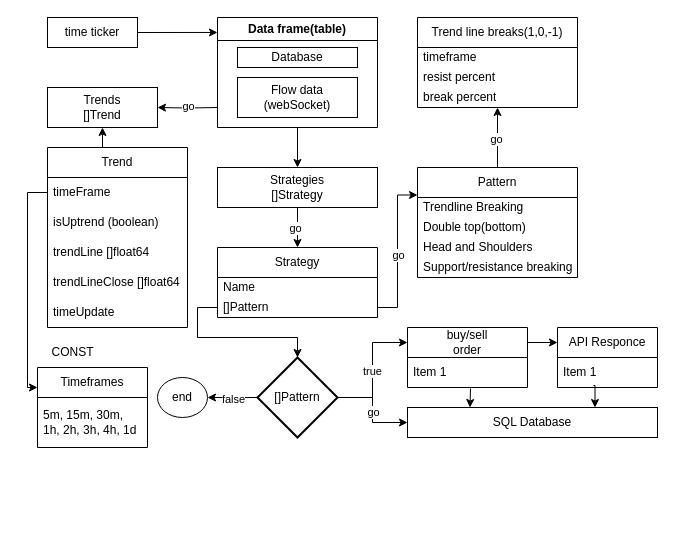
Above: page "main" (1 of 2) of docs/algoTrade.drawio in Hardmun/trading (draw.io), before the change. Source tidied: cells renumbered, new cells numbered last; positions are measured from the earlier drawing's top-left corner, leaving out a move shared by most shapes. Both pictures are drawn from the tidied source at 100%, with x=0, y=0 at pixel (27, 17).
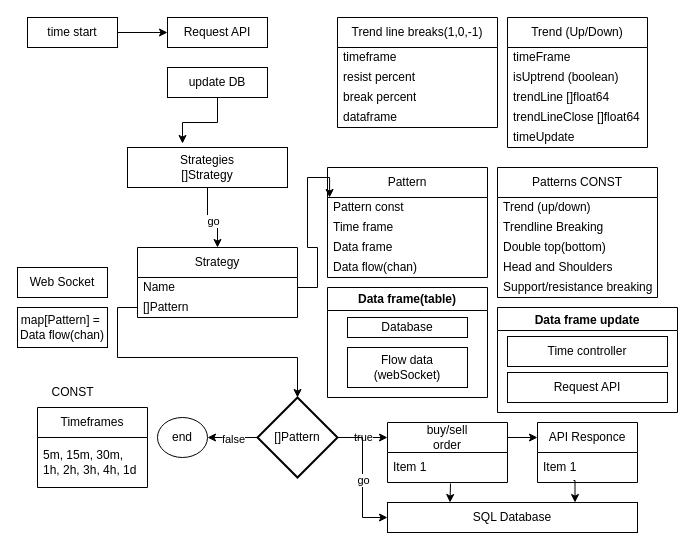
After the change.

The change refers to these unchanged cells:
```xml
<mxCell id="33" value="Name" style="text;strokeColor=none;fillColor=none;align=left;verticalAlign=middle;spacingLeft=4;spacingRight=4;overflow=hidden;points=[[0,0.5],[1,0.5]];portConstraint=eastwest;whiteSpace=wrap;html=1;" parent="32" vertex="1">
  <mxGeometry y="30" width="160" height="20" as="geometry" />
</mxCell>
<mxCell id="34" value="[]Pattern" style="text;strokeColor=none;fillColor=none;align=left;verticalAlign=middle;spacingLeft=4;spacingRight=4;overflow=hidden;points=[[0,0.5],[1,0.5]];portConstraint=eastwest;whiteSpace=wrap;html=1;" parent="32" vertex="1">
  <mxGeometry y="50" width="160" height="20" as="geometry" />
</mxCell>
```

The edit, as a diff of the source:
```diff
@@
     <mxCell id="2" value="Timeframes" style="swimlane;fontStyle=0;horizontal=1;startSize=30;whiteSpace=wrap;html=1;swimlaneLine=1;rounded=0;shadow=0;glass=0;" parent="1" vertex="1">
-      <mxGeometry x="10" y="350" width="110" height="80" as="geometry" />
+      <mxGeometry x="10" y="390" width="110" height="80" as="geometry" />
     </mxCell>
@@
-    <mxCell id="4" style="edgeStyle=orthogonalEdgeStyle;rounded=0;jettySize=auto;html=1;exitX=0.5;exitY=1;exitDx=0;exitDy=0;entryX=0.5;entryY=0;entryDx=0;entryDy=0;" parent="1" edge="1" source="5" target="27">
-      <mxGeometry relative="1" as="geometry" />
-    </mxCell>
     <mxCell id="5" value="Data frame(table)" style="swimlane;whiteSpace=wrap;html=1;" parent="1" vertex="1">
-      <mxGeometry x="190" width="160" height="110" as="geometry" />
+      <mxGeometry x="300" y="270" width="160" height="110" as="geometry" />
     </mxCell>
@@
-    <mxCell id="8" style="edgeStyle=orthogonalEdgeStyle;rounded=0;jettySize=auto;html=1;exitX=0.5;exitY=0;exitDx=0;exitDy=0;entryX=0.5;entryY=1;entryDx=0;entryDy=0;" parent="1" edge="1" source="9" target="31">
-      <mxGeometry relative="1" as="geometry" />
-    </mxCell>
-    <mxCell id="9" value="Trend" style="swimlane;fontStyle=0;horizontal=1;startSize=30;whiteSpace=wrap;html=1;" parent="1" vertex="1">
-      <mxGeometry x="20" y="130" width="140" height="180" as="geometry" />
+    <mxCell id="9" value="Trend (Up/Down)" style="swimlane;fontStyle=0;horizontal=1;startSize=30;whiteSpace=wrap;html=1;" parent="1" vertex="1">
+      <mxGeometry x="480" width="140" height="130" as="geometry" />
     </mxCell>
     <mxCell id="10" value="timeFrame" style="text;strokeColor=none;fillColor=none;align=left;verticalAlign=middle;spacingLeft=4;spacingRight=4;overflow=hidden;points=[[0,0.5],[1,0.5]];portConstraint=eastwest;whiteSpace=wrap;html=1;" parent="9" vertex="1">
-      <mxGeometry y="30" width="140" height="30" as="geometry" />
+      <mxGeometry y="30" width="140" height="20" as="geometry" />
     </mxCell>
     <mxCell id="11" value="isUptrend (boolean)" style="text;strokeColor=none;fillColor=none;align=left;verticalAlign=middle;spacingLeft=4;spacingRight=4;overflow=hidden;whiteSpace=wrap;html=1;" parent="9" vertex="1">
-      <mxGeometry y="60" width="140" height="30" as="geometry" />
+      <mxGeometry y="50" width="140" height="20" as="geometry" />
     </mxCell>
     <mxCell id="12" value="trendLine []float64" style="text;strokeColor=none;fillColor=none;align=left;verticalAlign=middle;spacingLeft=4;spacingRight=4;overflow=hidden;whiteSpace=wrap;html=1;" parent="9" vertex="1">
-      <mxGeometry y="90" width="140" height="30" as="geometry" />
+      <mxGeometry y="70" width="140" height="20" as="geometry" />
     </mxCell>
     <mxCell id="13" value="trendLineClose []float64" style="text;strokeColor=none;fillColor=none;align=left;verticalAlign=middle;spacingLeft=4;spacingRight=4;overflow=hidden;whiteSpace=wrap;html=1;" parent="9" vertex="1">
-      <mxGeometry y="120" width="140" height="30" as="geometry" />
+      <mxGeometry y="90" width="140" height="20" as="geometry" />
     </mxCell>
     <mxCell id="14" value="timeUpdate" style="text;strokeColor=none;fillColor=none;align=left;verticalAlign=middle;spacingLeft=4;spacingRight=4;overflow=hidden;whiteSpace=wrap;html=1;" parent="9" vertex="1">
-      <mxGeometry y="150" width="140" height="30" as="geometry" />
+      <mxGeometry y="110" width="140" height="20" as="geometry" />
     </mxCell>
     <mxCell id="15" value="Pattern" style="swimlane;fontStyle=0;horizontal=1;startSize=30;whiteSpace=wrap;html=1;" parent="1" vertex="1">
-      <mxGeometry x="390" y="150" width="160" height="110" as="geometry" />
+      <mxGeometry x="300" y="150" width="160" height="110" as="geometry" />
     </mxCell>
-    <mxCell id="16" value="Trendline Breaking" style="text;strokeColor=none;fillColor=none;align=left;verticalAlign=middle;spacingLeft=4;spacingRight=4;overflow=hidden;points=[[0,0.5],[1,0.5]];portConstraint=eastwest;whiteSpace=wrap;html=1;" parent="15" vertex="1">
+    <mxCell id="16" value="Pattern const" style="text;strokeColor=none;fillColor=none;align=left;verticalAlign=middle;spacingLeft=4;spacingRight=4;overflow=hidden;points=[[0,0.5],[1,0.5]];portConstraint=eastwest;whiteSpace=wrap;html=1;" parent="15" vertex="1">
       <mxGeometry y="30" width="160" height="20" as="geometry" />
     </mxCell>
-    <mxCell id="17" value="Double top(bottom)" style="text;strokeColor=none;fillColor=none;align=left;verticalAlign=middle;spacingLeft=4;spacingRight=4;overflow=hidden;whiteSpace=wrap;html=1;" parent="15" vertex="1">
+    <mxCell id="17" value="Time frame" style="text;strokeColor=none;fillColor=none;align=left;verticalAlign=middle;spacingLeft=4;spacingRight=4;overflow=hidden;whiteSpace=wrap;html=1;" parent="15" vertex="1">
       <mxGeometry y="50" width="160" height="20" as="geometry" />
     </mxCell>
-    <mxCell id="18" value="Head and Shoulders" style="text;strokeColor=none;fillColor=none;align=left;verticalAlign=middle;spacingLeft=4;spacingRight=4;overflow=hidden;whiteSpace=wrap;html=1;" parent="15" vertex="1">
-      <mxGeometry y="70" width="160" height="20" as="geometry" />
-    </mxCell>
-    <mxCell id="19" value="Support/resistance breaking" style="text;strokeColor=none;fillColor=none;align=left;verticalAlign=middle;spacingLeft=4;spacingRight=4;overflow=hidden;whiteSpace=wrap;html=1;" parent="15" vertex="1">
-      <mxGeometry y="90" width="160" height="20" as="geometry" />
-    </mxCell>
+    <mxCell id="58" value="Data frame" style="text;strokeColor=none;fillColor=none;align=left;verticalAlign=middle;spacingLeft=4;spacingRight=4;overflow=hidden;whiteSpace=wrap;html=1;" parent="15" vertex="1">
+      <mxGeometry y="70" width="160" height="20" as="geometry" />
+    </mxCell>
+    <mxCell id="59" value="Data flow(chan)" style="text;strokeColor=none;fillColor=none;align=left;verticalAlign=middle;spacingLeft=4;spacingRight=4;overflow=hidden;whiteSpace=wrap;html=1;" parent="15" vertex="1">
+      <mxGeometry y="90" width="160" height="20" as="geometry" />
+    </mxCell>
     <mxCell id="20" value="Trend line breaks(1,0,-1)" style="swimlane;fontStyle=0;horizontal=1;startSize=30;whiteSpace=wrap;html=1;" parent="1" vertex="1">
-      <mxGeometry x="390" width="160" height="90" as="geometry" />
+      <mxGeometry x="310" width="160" height="110" as="geometry" />
     </mxCell>
@@
+    <mxCell id="60" value="break percent" style="text;strokeColor=none;fillColor=none;align=left;verticalAlign=middle;spacingLeft=4;spacingRight=4;overflow=hidden;whiteSpace=wrap;html=1;" parent="20" vertex="1">
+      <mxGeometry y="70" width="160" height="20" as="geometry" />
+    </mxCell>
-    <mxCell id="23" value="break percent" style="text;strokeColor=none;fillColor=none;align=left;verticalAlign=middle;spacingLeft=4;spacingRight=4;overflow=hidden;points=[[0,0.5],[1,0.5]];portConstraint=eastwest;whiteSpace=wrap;html=1;" parent="20" vertex="1">
-      <mxGeometry y="70" width="160" height="20" as="geometry" />
+    <mxCell id="23" value="dataframe" style="text;strokeColor=none;fillColor=none;align=left;verticalAlign=middle;spacingLeft=4;spacingRight=4;overflow=hidden;points=[[0,0.5],[1,0.5]];portConstraint=eastwest;whiteSpace=wrap;html=1;" parent="20" vertex="1">
+      <mxGeometry y="90" width="160" height="20" as="geometry" />
     </mxCell>
+    <mxCell id="61" style="edgeStyle=orthogonalEdgeStyle;rounded=0;jettySize=auto;html=1;exitX=1;exitY=0.5;exitDx=0;exitDy=0;entryX=0;entryY=0.5;entryDx=0;entryDy=0;" parent="1" edge="1" source="24" target="71">
+      <mxGeometry relative="1" as="geometry" />
+    </mxCell>
-    <mxCell id="24" value="time ticker" style="rounded=0;whiteSpace=wrap;html=1;" parent="1" vertex="1">
-      <mxGeometry x="20" width="90" height="30" as="geometry" />
+    <mxCell id="24" value="time start" style="rounded=0;whiteSpace=wrap;html=1;" parent="1" vertex="1">
+      <mxGeometry width="90" height="30" as="geometry" />
     </mxCell>
@@
     <mxCell id="27" value="Strategies&lt;br&gt;[]Strategy" style="rounded=0;whiteSpace=wrap;html=1;" parent="1" vertex="1">
-      <mxGeometry x="190" y="150" width="160" height="40" as="geometry" />
+      <mxGeometry x="100" y="130" width="160" height="40" as="geometry" />
     </mxCell>
-    <mxCell id="28" style="edgeStyle=orthogonalEdgeStyle;rounded=0;jettySize=auto;html=1;exitX=1;exitY=0.5;exitDx=0;exitDy=0;entryX=0;entryY=0.136;entryDx=0;entryDy=0;entryPerimeter=0;" parent="1" edge="1" source="24" target="5">
-      <mxGeometry relative="1" as="geometry" />
-    </mxCell>
-    <mxCell id="29" style="edgeStyle=orthogonalEdgeStyle;rounded=0;jettySize=auto;html=1;exitX=1;exitY=0.5;exitDx=0;exitDy=0;entryX=1;entryY=0.5;entryDx=0;entryDy=0;" parent="1" edge="1" target="31">
-      <mxGeometry relative="1" as="geometry">
-        <mxPoint x="190" y="90" as="sourcePoint" />
-      </mxGeometry>
-    </mxCell>
-    <mxCell id="30" value="go" style="edgeLabel;html=1;align=center;verticalAlign=middle;" parent="29" vertex="1">
-      <mxGeometry x="0.01" y="-2" relative="1" as="geometry">
-        <mxPoint x="1" as="offset" />
-      </mxGeometry>
-    </mxCell>
-    <mxCell id="31" value="Tre&lt;span style=&quot;background-color: initial;&quot;&gt;nds&lt;br&gt;&lt;/span&gt;&lt;span style=&quot;text-align: left;&quot;&gt;[]Trend&lt;/span&gt;&lt;span style=&quot;background-color: initial;&quot;&gt;&lt;/span&gt;" style="rounded=0;whiteSpace=wrap;html=1;" parent="1" vertex="1">
-      <mxGeometry x="20" y="70" width="110" height="40" as="geometry" />
-    </mxCell>
     <mxCell id="32" value="Strategy" style="swimlane;fontStyle=0;horizontal=1;startSize=30;whiteSpace=wrap;html=1;" parent="1" vertex="1">
-      <mxGeometry x="190" y="230" width="160" height="70" as="geometry" />
+      <mxGeometry x="110" y="230" width="160" height="70" as="geometry" />
     </mxCell>
@@
     <mxCell id="35" value="CONST" style="text;html=1;align=center;verticalAlign=middle;strokeColor=none;fillColor=none;" parent="1" vertex="1">
-      <mxGeometry x="10" y="320" width="70" height="30" as="geometry" />
+      <mxGeometry x="10" y="360" width="70" height="30" as="geometry" />
     </mxCell>
-    <mxCell id="36" style="edgeStyle=orthogonalEdgeStyle;rounded=0;jettySize=auto;html=1;exitX=0.5;exitY=0;exitDx=0;exitDy=0;entryX=0.5;entryY=1;entryDx=0;entryDy=0;entryPerimeter=0;" parent="1" edge="1" source="15" target="23">
-      <mxGeometry relative="1" as="geometry" />
-    </mxCell>
-    <mxCell id="37" value="go" style="edgeLabel;html=1;align=center;verticalAlign=middle;" parent="36" vertex="1">
-      <mxGeometry x="-0.03" y="2" relative="1" as="geometry" />
-    </mxCell>
-    <mxCell id="38" style="edgeStyle=orthogonalEdgeStyle;rounded=0;jettySize=auto;html=1;exitX=1;exitY=0.5;exitDx=0;exitDy=0;entryX=0;entryY=0.25;entryDx=0;entryDy=0;" parent="1" edge="1" source="34" target="15">
-      <mxGeometry relative="1" as="geometry" />
-    </mxCell>
-    <mxCell id="39" value="go" style="edgeLabel;html=1;align=center;verticalAlign=middle;" parent="38" vertex="1">
-      <mxGeometry x="-0.04" relative="1" as="geometry" />
-    </mxCell>
-    <mxCell id="40" style="edgeStyle=orthogonalEdgeStyle;rounded=0;jettySize=auto;html=1;exitX=0;exitY=0.5;exitDx=0;exitDy=0;entryX=0;entryY=0.25;entryDx=0;entryDy=0;" parent="1" edge="1" source="10" target="2">
-      <mxGeometry relative="1" as="geometry">
-        <Array as="points">
-          <mxPoint y="175" />
-          <mxPoint y="370" />
-        </Array>
-      </mxGeometry>
-    </mxCell>
@@
     <mxCell id="47" value="[]Pattern" style="strokeWidth=2;html=1;shape=mxgraph.flowchart.decision;whiteSpace=wrap;" parent="1" vertex="1">
-      <mxGeometry x="230" y="340" width="80" height="80" as="geometry" />
+      <mxGeometry x="230" y="380" width="80" height="80" as="geometry" />
     </mxCell>
@@
     <mxCell id="49" value="end" style="ellipse;whiteSpace=wrap;html=1;" parent="1" vertex="1">
-      <mxGeometry x="130" y="360" width="50" height="40" as="geometry" />
+      <mxGeometry x="130" y="400" width="50" height="40" as="geometry" />
     </mxCell>
@@
     <mxCell id="51" value="buy/sell&lt;br&gt;order" style="swimlane;fontStyle=0;horizontal=1;startSize=30;whiteSpace=wrap;html=1;" parent="1" vertex="1">
-      <mxGeometry x="380" y="310" width="120" height="60" as="geometry" />
+      <mxGeometry x="360" y="405" width="120" height="60" as="geometry" />
     </mxCell>
@@
     <mxCell id="53" value="API Responce" style="swimlane;fontStyle=0;horizontal=1;startSize=30;whiteSpace=wrap;html=1;" parent="1" vertex="1">
-      <mxGeometry x="530" y="310" width="100" height="60" as="geometry" />
+      <mxGeometry x="510" y="405" width="100" height="60" as="geometry" />
     </mxCell>
@@
     <mxCell id="55" value="SQL Database" style="rounded=0;whiteSpace=wrap;html=1;" parent="1" vertex="1">
-      <mxGeometry x="380" y="390" width="250" height="30" as="geometry" />
+      <mxGeometry x="360" y="485" width="250" height="30" as="geometry" />
     </mxCell>
@@
+    <mxCell id="62" value="Patterns CONST" style="swimlane;fontStyle=0;horizontal=1;startSize=30;whiteSpace=wrap;html=1;" parent="1" vertex="1">
+      <mxGeometry x="470" y="150" width="160" height="130" as="geometry" />
+    </mxCell>
+    <mxCell id="63" value="Trend (up/down)" style="text;strokeColor=none;fillColor=none;align=left;verticalAlign=middle;spacingLeft=4;spacingRight=4;overflow=hidden;whiteSpace=wrap;html=1;" parent="62" vertex="1">
+      <mxGeometry y="30" width="160" height="20" as="geometry" />
+    </mxCell>
+    <mxCell id="64" value="Trendline Breaking" style="text;strokeColor=none;fillColor=none;align=left;verticalAlign=middle;spacingLeft=4;spacingRight=4;overflow=hidden;whiteSpace=wrap;html=1;" parent="62" vertex="1">
+      <mxGeometry y="50" width="160" height="20" as="geometry" />
+    </mxCell>
+    <mxCell id="65" value="Double top(bottom)" style="text;strokeColor=none;fillColor=none;align=left;verticalAlign=middle;spacingLeft=4;spacingRight=4;overflow=hidden;whiteSpace=wrap;html=1;" parent="62" vertex="1">
+      <mxGeometry y="70" width="160" height="20" as="geometry" />
+    </mxCell>
+    <mxCell id="18" value="Head and Shoulders" style="text;strokeColor=none;fillColor=none;align=left;verticalAlign=middle;spacingLeft=4;spacingRight=4;overflow=hidden;whiteSpace=wrap;html=1;" parent="62" vertex="1">
+      <mxGeometry y="90" width="160" height="20" as="geometry" />
+    </mxCell>
+    <mxCell id="19" value="Support/resistance breaking" style="text;strokeColor=none;fillColor=none;align=left;verticalAlign=middle;spacingLeft=4;spacingRight=4;overflow=hidden;whiteSpace=wrap;html=1;" parent="62" vertex="1">
+      <mxGeometry y="110" width="160" height="20" as="geometry" />
+    </mxCell>
+    <mxCell id="66" value="Web Socket" style="rounded=0;whiteSpace=wrap;html=1;" parent="1" vertex="1">
+      <mxGeometry x="-10" y="250" width="90" height="30" as="geometry" />
+    </mxCell>
+    <mxCell id="67" value="update DB" style="rounded=0;whiteSpace=wrap;html=1;" parent="1" vertex="1">
+      <mxGeometry x="140" y="50" width="100" height="30" as="geometry" />
+    </mxCell>
+    <mxCell id="68" value="map[Pattern] =&amp;nbsp;&lt;div&gt;&lt;span style=&quot;text-align: left;&quot;&gt;Data flow(chan)&lt;/span&gt;&lt;/div&gt;" style="rounded=0;whiteSpace=wrap;html=1;" parent="1" vertex="1">
+      <mxGeometry x="-10" y="290" width="90" height="40" as="geometry" />
+    </mxCell>
+    <mxCell id="69" style="edgeStyle=orthogonalEdgeStyle;rounded=0;jettySize=auto;html=1;exitX=0.5;exitY=1;exitDx=0;exitDy=0;entryX=0.344;entryY=-0.1;entryDx=0;entryDy=0;entryPerimeter=0;" parent="1" edge="1" source="67" target="27">
+      <mxGeometry relative="1" as="geometry" />
+    </mxCell>
+    <mxCell id="70" style="edgeStyle=orthogonalEdgeStyle;rounded=0;jettySize=auto;html=1;exitX=1;exitY=0.5;exitDx=0;exitDy=0;entryX=0.013;entryY=0;entryDx=0;entryDy=0;entryPerimeter=0;" parent="1" edge="1" source="33" target="16">
+      <mxGeometry relative="1" as="geometry" />
+    </mxCell>
+    <mxCell id="71" value="Request API" style="rounded=0;whiteSpace=wrap;html=1;" parent="1" vertex="1">
+      <mxGeometry x="140" width="100" height="30" as="geometry" />
+    </mxCell>
+    <mxCell id="72" value="Time controller" style="rounded=0;whiteSpace=wrap;html=1;" parent="1" vertex="1">
+      <mxGeometry x="480" y="319" width="160" height="30" as="geometry" />
+    </mxCell>
+    <mxCell id="73" value="Request API" style="rounded=0;whiteSpace=wrap;html=1;" parent="1" vertex="1">
+      <mxGeometry x="480" y="355" width="160" height="30" as="geometry" />
+    </mxCell>
+    <mxCell id="74" value="Data frame update" style="swimlane;" parent="1" vertex="1">
+      <mxGeometry x="470" y="290" width="180" height="105" as="geometry" />
+    </mxCell>
```
